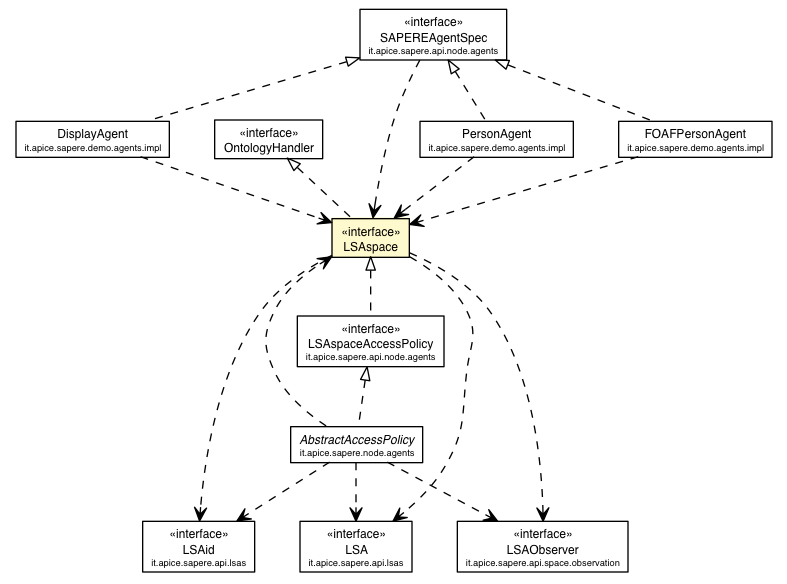
Before: deployed-site/apidocs/it/apice/sapere/api/space/LSAspace.png, a diagram exported from Graphviz (DanySK/Legacy-Contessi-Thesis-Semantic-Web-SAPERE). Its source is kept beside it as deployed-site/apidocs/it/apice/sapere/api/space/LSAspace.dot.
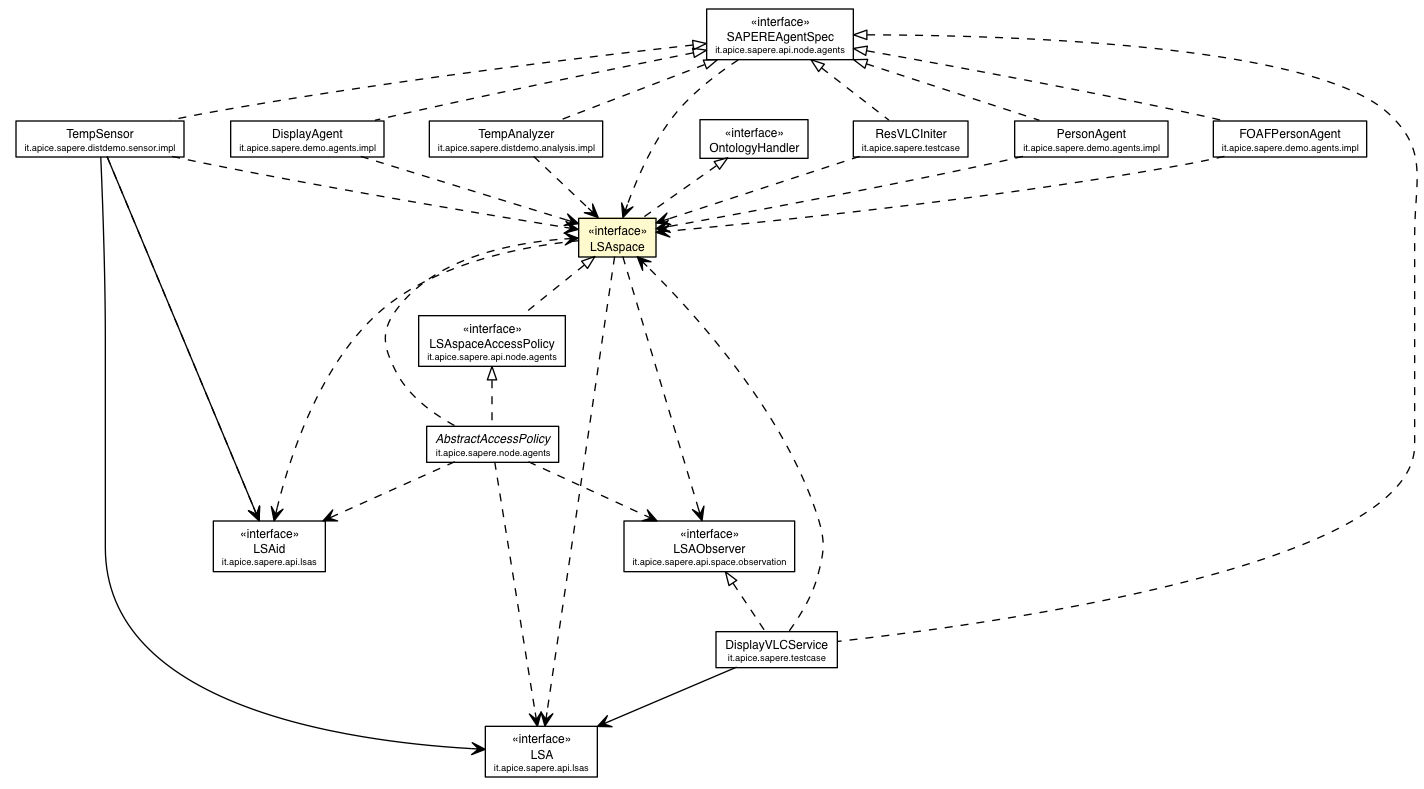
The same file after the commit.

The edit, as a diff of the source:
```diff
@@ -2,92 +2,129 @@
 digraph G {
 	edge [fontname="Helvetica",fontsize=10,labelfontname="Helvetica",labelfontsize=10];
 	node [fontname="Helvetica",fontsize=10,shape=plaintext];
-	c40443 [label=<<table border="0" cellborder="1" cellspacing="0" cellpadding="2" port="p" href="../lsas/LSAid.html">
+	c46217 [label=<<table border="0" cellborder="1" cellspacing="0" cellpadding="2" port="p" href="../lsas/LSAid.html">
 		<tr><td><table border="0" cellspacing="0" cellpadding="1">
 			<tr><td> &laquo;interface&raquo; </td></tr>
 			<tr><td> LSAid </td></tr>
 			<tr><td><font point-size="7.0"> it.apice.sapere.api.lsas </font></td></tr>
 		</table></td></tr>
 		</table>>, fontname="Helvetica", fontcolor="black", fontsize=9.0];
-	c40444 [label=<<table border="0" cellborder="1" cellspacing="0" cellpadding="2" port="p" href="../lsas/LSA.html">
+	c46218 [label=<<table border="0" cellborder="1" cellspacing="0" cellpadding="2" port="p" href="../lsas/LSA.html">
 		<tr><td><table border="0" cellspacing="0" cellpadding="1">
 			<tr><td> &laquo;interface&raquo; </td></tr>
 			<tr><td> LSA </td></tr>
 			<tr><td><font point-size="7.0"> it.apice.sapere.api.lsas </font></td></tr>
 		</table></td></tr>
 		</table>>, fontname="Helvetica", fontcolor="black", fontsize=9.0];
-	c40471 [label=<<table border="0" cellborder="1" cellspacing="0" cellpadding="2" port="p" href="../node/agents/SAPEREAgentSpec.html">
+	c46245 [label=<<table border="0" cellborder="1" cellspacing="0" cellpadding="2" port="p" href="../node/agents/SAPEREAgentSpec.html">
 		<tr><td><table border="0" cellspacing="0" cellpadding="1">
 			<tr><td> &laquo;interface&raquo; </td></tr>
 			<tr><td> SAPEREAgentSpec </td></tr>
 			<tr><td><font point-size="7.0"> it.apice.sapere.api.node.agents </font></td></tr>
 		</table></td></tr>
 		</table>>, fontname="Helvetica", fontcolor="black", fontsize=9.0];
-	c40474 [label=<<table border="0" cellborder="1" cellspacing="0" cellpadding="2" port="p" href="../node/agents/LSAspaceAccessPolicy.html">
+	c46248 [label=<<table border="0" cellborder="1" cellspacing="0" cellpadding="2" port="p" href="../node/agents/LSAspaceAccessPolicy.html">
 		<tr><td><table border="0" cellspacing="0" cellpadding="1">
 			<tr><td> &laquo;interface&raquo; </td></tr>
 			<tr><td> LSAspaceAccessPolicy </td></tr>
 			<tr><td><font point-size="7.0"> it.apice.sapere.api.node.agents </font></td></tr>
 		</table></td></tr>
 		</table>>, fontname="Helvetica", fontcolor="black", fontsize=9.0];
-	c40487 [label=<<table border="0" cellborder="1" cellspacing="0" cellpadding="2" port="p" href="./OntologyHandler.html">
+	c46261 [label=<<table border="0" cellborder="1" cellspacing="0" cellpadding="2" port="p" href="./OntologyHandler.html">
 		<tr><td><table border="0" cellspacing="0" cellpadding="1">
 			<tr><td> &laquo;interface&raquo; </td></tr>
 			<tr><td> OntologyHandler </td></tr>
 		</table></td></tr>
 		</table>>, fontname="Helvetica", fontcolor="black", fontsize=9.0];
-	c40488 [label=<<table border="0" cellborder="1" cellspacing="0" cellpadding="2" port="p" bgcolor="lemonChiffon" href="./LSAspace.html">
+	c46262 [label=<<table border="0" cellborder="1" cellspacing="0" cellpadding="2" port="p" bgcolor="lemonChiffon" href="./LSAspace.html">
 		<tr><td><table border="0" cellspacing="0" cellpadding="1">
 			<tr><td> &laquo;interface&raquo; </td></tr>
 			<tr><td> LSAspace </td></tr>
 		</table></td></tr>
 		</table>>, fontname="Helvetica", fontcolor="black", fontsize=9.0];
-	c40498 [label=<<table border="0" cellborder="1" cellspacing="0" cellpadding="2" port="p" href="./observation/LSAObserver.html">
+	c46272 [label=<<table border="0" cellborder="1" cellspacing="0" cellpadding="2" port="p" href="./observation/LSAObserver.html">
 		<tr><td><table border="0" cellspacing="0" cellpadding="1">
 			<tr><td> &laquo;interface&raquo; </td></tr>
 			<tr><td> LSAObserver </td></tr>
 			<tr><td><font point-size="7.0"> it.apice.sapere.api.space.observation </font></td></tr>
 		</table></td></tr>
 		</table>>, fontname="Helvetica", fontcolor="black", fontsize=9.0];
-	c40586 [label=<<table border="0" cellborder="1" cellspacing="0" cellpadding="2" port="p" href="../../node/agents/AbstractAccessPolicy.html">
+	c46360 [label=<<table border="0" cellborder="1" cellspacing="0" cellpadding="2" port="p" href="../../node/agents/AbstractAccessPolicy.html">
 		<tr><td><table border="0" cellspacing="0" cellpadding="1">
 			<tr><td><font face="Helvetica-Oblique"> AbstractAccessPolicy </font></td></tr>
 			<tr><td><font point-size="7.0"> it.apice.sapere.node.agents </font></td></tr>
 		</table></td></tr>
 		</table>>, fontname="Helvetica", fontcolor="black", fontsize=9.0];
-	c40612 [label=<<table border="0" cellborder="1" cellspacing="0" cellpadding="2" port="p" href="../../demo/agents/impl/PersonAgent.html">
+	c46389 [label=<<table border="0" cellborder="1" cellspacing="0" cellpadding="2" port="p" href="../../testcase/ResVLCIniter.html">
+		<tr><td><table border="0" cellspacing="0" cellpadding="1">
+			<tr><td> ResVLCIniter </td></tr>
+			<tr><td><font point-size="7.0"> it.apice.sapere.testcase </font></td></tr>
+		</table></td></tr>
+		</table>>, fontname="Helvetica", fontcolor="black", fontsize=9.0];
+	c46390 [label=<<table border="0" cellborder="1" cellspacing="0" cellpadding="2" port="p" href="../../testcase/DisplayVLCService.html">
+		<tr><td><table border="0" cellspacing="0" cellpadding="1">
+			<tr><td> DisplayVLCService </td></tr>
+			<tr><td><font point-size="7.0"> it.apice.sapere.testcase </font></td></tr>
+		</table></td></tr>
+		</table>>, fontname="Helvetica", fontcolor="black", fontsize=9.0];
+	c46393 [label=<<table border="0" cellborder="1" cellspacing="0" cellpadding="2" port="p" href="../../demo/agents/impl/PersonAgent.html">
 		<tr><td><table border="0" cellspacing="0" cellpadding="1">
 			<tr><td> PersonAgent </td></tr>
 			<tr><td><font point-size="7.0"> it.apice.sapere.demo.agents.impl </font></td></tr>
 		</table></td></tr>
 		</table>>, fontname="Helvetica", fontcolor="black", fontsize=9.0];
-	c40613 [label=<<table border="0" cellborder="1" cellspacing="0" cellpadding="2" port="p" href="../../demo/agents/impl/FOAFPersonAgent.html">
+	c46394 [label=<<table border="0" cellborder="1" cellspacing="0" cellpadding="2" port="p" href="../../demo/agents/impl/FOAFPersonAgent.html">
 		<tr><td><table border="0" cellspacing="0" cellpadding="1">
 			<tr><td> FOAFPersonAgent </td></tr>
 			<tr><td><font point-size="7.0"> it.apice.sapere.demo.agents.impl </font></td></tr>
 		</table></td></tr>
 		</table>>, fontname="Helvetica", fontcolor="black", fontsize=9.0];
-	c40615 [label=<<table border="0" cellborder="1" cellspacing="0" cellpadding="2" port="p" href="../../demo/agents/impl/DisplayAgent.html">
+	c46396 [label=<<table border="0" cellborder="1" cellspacing="0" cellpadding="2" port="p" href="../../demo/agents/impl/DisplayAgent.html">
 		<tr><td><table border="0" cellspacing="0" cellpadding="1">
 			<tr><td> DisplayAgent </td></tr>
 			<tr><td><font point-size="7.0"> it.apice.sapere.demo.agents.impl </font></td></tr>
 		</table></td></tr>
 		</table>>, fontname="Helvetica", fontcolor="black", fontsize=9.0];
-	c40488:p -> c40474:p [dir=back,arrowtail=empty,style=dashed];
-	c40487:p -> c40488:p [dir=back,arrowtail=empty,style=dashed];
-	c40474:p -> c40586:p [dir=back,arrowtail=empty,style=dashed];
-	c40471:p -> c40612:p [dir=back,arrowtail=empty,style=dashed];
-	c40471:p -> c40613:p [dir=back,arrowtail=empty,style=dashed];
-	c40471:p -> c40615:p [dir=back,arrowtail=empty,style=dashed];
-	c40471:p -> c40488:p [taillabel="", label="", headlabel="", fontname="Helvetica", fontcolor="black", fontsize=10.0, color="black", arrowhead=open, style=dashed];
-	c40488:p -> c40498:p [taillabel="", label="", headlabel="", fontname="Helvetica", fontcolor="black", fontsize=10.0, color="black", arrowhead=open, style=dashed];
-	c40488:p -> c40443:p [taillabel="", label="", headlabel="", fontname="Helvetica", fontcolor="black", fontsize=10.0, color="black", arrowhead=open, style=dashed];
-	c40488:p -> c40444:p [taillabel="", label="", headlabel="", fontname="Helvetica", fontcolor="black", fontsize=10.0, color="black", arrowhead=open, style=dashed];
-	c40586:p -> c40488:p [taillabel="", label="", headlabel="", fontname="Helvetica", fontcolor="black", fontsize=10.0, color="black", arrowhead=open, style=dashed];
-	c40586:p -> c40498:p [taillabel="", label="", headlabel="", fontname="Helvetica", fontcolor="black", fontsize=10.0, color="black", arrowhead=open, style=dashed];
-	c40586:p -> c40443:p [taillabel="", label="", headlabel="", fontname="Helvetica", fontcolor="black", fontsize=10.0, color="black", arrowhead=open, style=dashed];
-	c40586:p -> c40444:p [taillabel="", label="", headlabel="", fontname="Helvetica", fontcolor="black", fontsize=10.0, color="black", arrowhead=open, style=dashed];
-	c40612:p -> c40488:p [taillabel="", label="", headlabel="", fontname="Helvetica", fontcolor="black", fontsize=10.0, color="black", arrowhead=open, style=dashed];
-	c40613:p -> c40488:p [taillabel="", label="", headlabel="", fontname="Helvetica", fontcolor="black", fontsize=10.0, color="black", arrowhead=open, style=dashed];
-	c40615:p -> c40488:p [taillabel="", label="", headlabel="", fontname="Helvetica", fontcolor="black", fontsize=10.0, color="black", arrowhead=open, style=dashed];
+	c46408 [label=<<table border="0" cellborder="1" cellspacing="0" cellpadding="2" port="p" href="../../distdemo/sensor/impl/TempSensor.html">
+		<tr><td><table border="0" cellspacing="0" cellpadding="1">
+			<tr><td> TempSensor </td></tr>
+			<tr><td><font point-size="7.0"> it.apice.sapere.distdemo.sensor.impl </font></td></tr>
+		</table></td></tr>
+		</table>>, fontname="Helvetica", fontcolor="black", fontsize=9.0];
+	c46413 [label=<<table border="0" cellborder="1" cellspacing="0" cellpadding="2" port="p" href="../../distdemo/analysis/impl/TempAnalyzer.html">
+		<tr><td><table border="0" cellspacing="0" cellpadding="1">
+			<tr><td> TempAnalyzer </td></tr>
+			<tr><td><font point-size="7.0"> it.apice.sapere.distdemo.analysis.impl </font></td></tr>
+		</table></td></tr>
+		</table>>, fontname="Helvetica", fontcolor="black", fontsize=9.0];
+	c46262:p -> c46248:p [dir=back,arrowtail=empty,style=dashed];
+	c46261:p -> c46262:p [dir=back,arrowtail=empty,style=dashed];
+	c46248:p -> c46360:p [dir=back,arrowtail=empty,style=dashed];
+	c46245:p -> c46389:p [dir=back,arrowtail=empty,style=dashed];
+	c46245:p -> c46390:p [dir=back,arrowtail=empty,style=dashed];
+	c46272:p -> c46390:p [dir=back,arrowtail=empty,style=dashed];
+	c46245:p -> c46393:p [dir=back,arrowtail=empty,style=dashed];
+	c46245:p -> c46394:p [dir=back,arrowtail=empty,style=dashed];
+	c46245:p -> c46396:p [dir=back,arrowtail=empty,style=dashed];
+	c46245:p -> c46408:p [dir=back,arrowtail=empty,style=dashed];
+	c46245:p -> c46413:p [dir=back,arrowtail=empty,style=dashed];
+	c46390:p -> c46218:p [taillabel="", label="", headlabel="", fontname="Helvetica", fontcolor="black", fontsize=10.0, color="black", arrowhead=open];
+	c46408:p -> c46217:p [taillabel="", label="", headlabel="", fontname="Helvetica", fontcolor="black", fontsize=10.0, color="black", arrowhead=open];
+	c46408:p -> c46218:p [taillabel="", label="", headlabel="", fontname="Helvetica", fontcolor="black", fontsize=10.0, color="black", arrowhead=open];
+	c46245:p -> c46262:p [taillabel="", label="", headlabel="", fontname="Helvetica", fontcolor="black", fontsize=10.0, color="black", arrowhead=open, style=dashed];
+	c46262:p -> c46272:p [taillabel="", label="", headlabel="", fontname="Helvetica", fontcolor="black", fontsize=10.0, color="black", arrowhead=open, style=dashed];
+	c46262:p -> c46217:p [taillabel="", label="", headlabel="", fontname="Helvetica", fontcolor="black", fontsize=10.0, color="black", arrowhead=open, style=dashed];
+	c46262:p -> c46218:p [taillabel="", label="", headlabel="", fontname="Helvetica", fontcolor="black", fontsize=10.0, color="black", arrowhead=open, style=dashed];
+	c46360:p -> c46272:p [taillabel="", label="", headlabel="", fontname="Helvetica", fontcolor="black", fontsize=10.0, color="black", arrowhead=open, style=dashed];
+	c46360:p -> c46217:p [taillabel="", label="", headlabel="", fontname="Helvetica", fontcolor="black", fontsize=10.0, color="black", arrowhead=open, style=dashed];
+	c46360:p -> c46218:p [taillabel="", label="", headlabel="", fontname="Helvetica", fontcolor="black", fontsize=10.0, color="black", arrowhead=open, style=dashed];
+	c46360:p -> c46262:p [taillabel="", label="", headlabel="", fontname="Helvetica", fontcolor="black", fontsize=10.0, color="black", arrowhead=open, style=dashed];
+	c46389:p -> c46262:p [taillabel="", label="", headlabel="", fontname="Helvetica", fontcolor="black", fontsize=10.0, color="black", arrowhead=open, style=dashed];
+	c46390:p -> c46262:p [taillabel="", label="", headlabel="", fontname="Helvetica", fontcolor="black", fontsize=10.0, color="black", arrowhead=open, style=dashed];
+	c46393:p -> c46262:p [taillabel="", label="", headlabel="", fontname="Helvetica", fontcolor="black", fontsize=10.0, color="black", arrowhead=open, style=dashed];
+	c46394:p -> c46262:p [taillabel="", label="", headlabel="", fontname="Helvetica", fontcolor="black", fontsize=10.0, color="black", arrowhead=open, style=dashed];
+	c46396:p -> c46262:p [taillabel="", label="", headlabel="", fontname="Helvetica", fontcolor="black", fontsize=10.0, color="black", arrowhead=open, style=dashed];
+	c46408:p -> c46217:p [taillabel="", label="", headlabel="", fontname="Helvetica", fontcolor="black", fontsize=10.0, color="black", arrowhead=open, style=dashed];
+	c46408:p -> c46262:p [taillabel="", label="", headlabel="", fontname="Helvetica", fontcolor="black", fontsize=10.0, color="black", arrowhead=open, style=dashed];
+	c46413:p -> c46262:p [taillabel="", label="", headlabel="", fontname="Helvetica", fontcolor="black", fontsize=10.0, color="black", arrowhead=open, style=dashed];
 }
```
